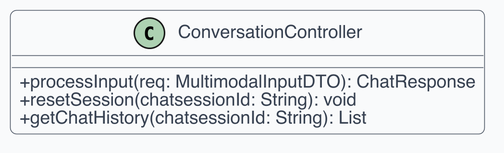
Earlier version of the PlantUML export src/PB/Documentazione Esterna/Contenuti/componenti_specifiche_tecniche/assets/uml_backend/02_conversationcontroller.png (swenightpro/Documentazione). The source it was exported from:
```plantuml
@startuml
skinparam dpi 300
skinparam shadowing false
skinparam backgroundColor White
skinparam defaultFontName Helvetica
skinparam defaultFontSize 12
skinparam ArrowColor #4B5563
skinparam ArrowThickness 1
skinparam roundcorner 8
skinparam class {
  BackgroundColor #F9FAFB
  BorderColor #4B5563
  FontColor #111827
  AttributeFontColor #374151
  StereotypeFontColor #6B7280
}
skinparam classAttributeIconSize 0
class ConversationController {
  +processInput(req: MultimodalInputDTO): ChatResponse
  +resetSession(chatsessionId: String): void
  +getChatHistory(chatsessionId: String): List
}
@enduml
```
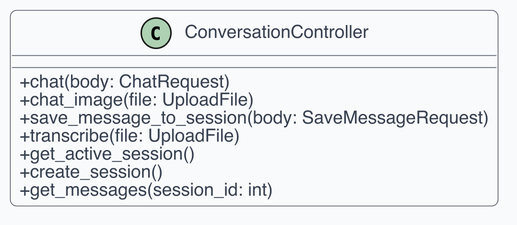
The same diagram one commit later.

The edit, as a diff of the source:
```diff
@@ -15,9 +15,14 @@
   StereotypeFontColor #6B7280
 }
 skinparam classAttributeIconSize 0
-class ConversationController {
-  +processInput(req: MultimodalInputDTO): ChatResponse
-  +resetSession(chatsessionId: String): void
-  +getChatHistory(chatsessionId: String): List
+
+class "ConversationController" as C1 {
+  + chat(body: ChatRequest)
+  + chat_image(file: UploadFile)
+  + save_message_to_session(body: SaveMessageRequest)
+  + transcribe(file: UploadFile)
+  + get_active_session()
+  + create_session()
+  + get_messages(session_id: int)
 }
 @enduml
```
